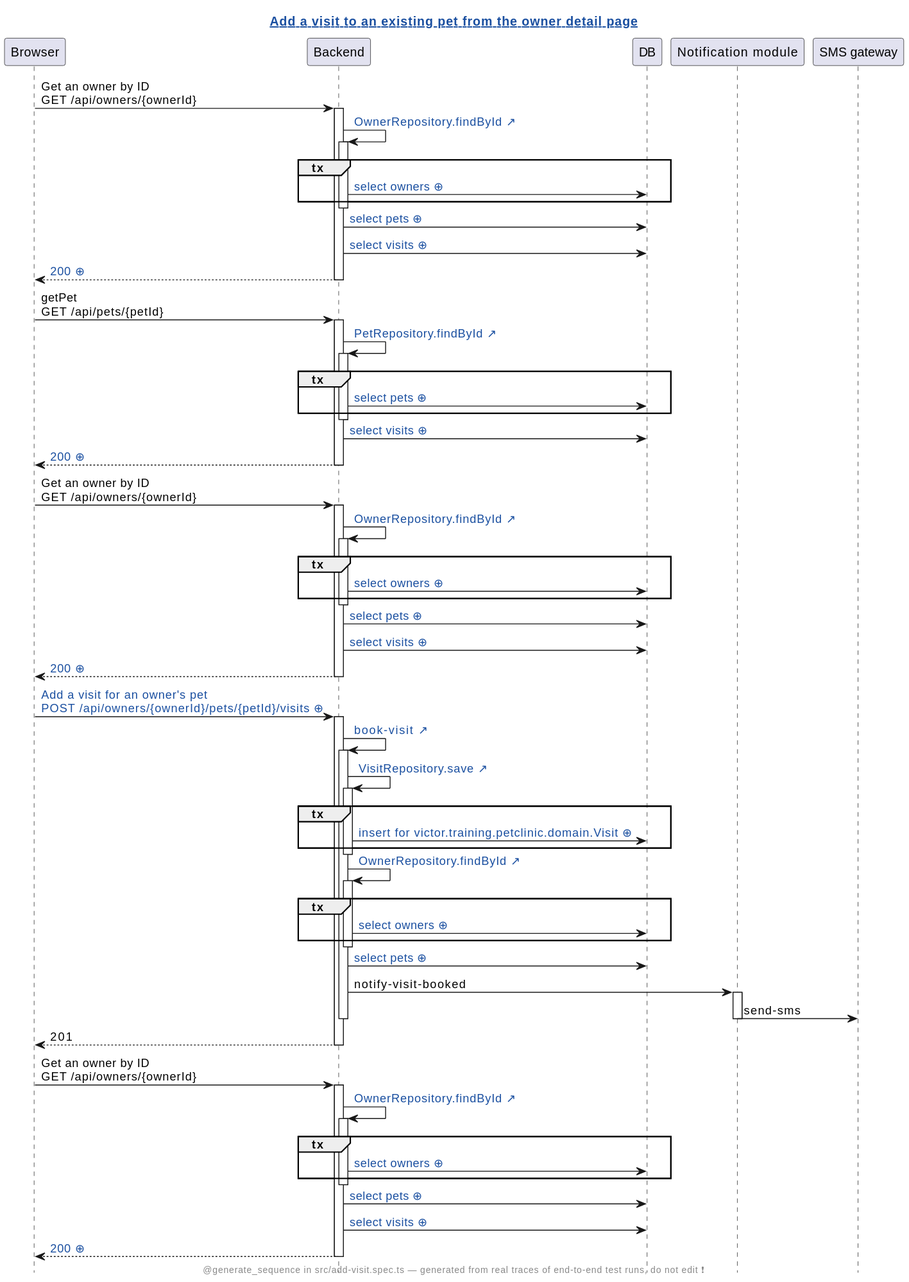
The PlantUML diagram demo/petclinic-pr/assets/diagrams/petclinic-test_generated_add-visit.spec.ts.add-a-visit-to-an-existing-pet-from-the-owner-detail-page.genseq.old.svg in victorrentea/human-review, before a commit. The source it was exported from:
```plantuml
@startuml
hide footbox
skinparam hyperlinkUnderline false
skinparam hyperlinkColor #1A4FA0
title [[src://petclinic-test/src/add-visit.spec.ts:31{Click to open the test} Add a visit to an existing pet from the owner detail page]]
footer @generate_sequence in src/add-visit.spec.ts — generated from real traces of end-to-end test runs, do not edit ❗
participant Browser
participant Backend
participant DB
participant "Notification module"
participant "SMS gateway"
Browser -> Backend: Get an owner by ID\nGET /api/owners/{ownerId}
activate Backend
Backend -> Backend: [[src://petclinic-backend/src/main/java/victor/training/petclinic/repository/OwnerRepository.java:14{Click to open OwnerRepository.findById} OwnerRepository.findById ↗]]
activate Backend
group tx
Backend -> DB: [[genseq://0x8aana{Click for the statement behind this call} select owners ⊕]]
end
deactivate Backend
Backend -> DB: [[genseq://18567ho{Click for the statement behind this call} select pets ⊕]]
Backend -> DB: [[genseq://13apewa{Click for the statement behind this call} select visits ⊕]]
Backend --> Browser: [[genseq://0tvg3tn{Click for this call’s JSON body} 200 ⊕]]
deactivate Backend
Browser -> Backend: getPet\nGET /api/pets/{petId}
activate Backend
Backend -> Backend: [[src://petclinic-backend/src/main/java/victor/training/petclinic/repository/PetRepository.java:16{Click to open PetRepository.findById} PetRepository.findById ↗]]
activate Backend
group tx
Backend -> DB: [[genseq://0y7w2ps{Click for the statement behind this call} select pets ⊕]]
end
deactivate Backend
Backend -> DB: [[genseq://13apewa{Click for the statement behind this call} select visits ⊕]]
Backend --> Browser: [[genseq://0ts0dcp{Click for this call’s JSON body} 200 ⊕]]
deactivate Backend
Browser -> Backend: Get an owner by ID\nGET /api/owners/{ownerId}
activate Backend
Backend -> Backend: [[src://petclinic-backend/src/main/java/victor/training/petclinic/repository/OwnerRepository.java:14{Click to open OwnerRepository.findById} OwnerRepository.findById ↗]]
activate Backend
group tx
Backend -> DB: [[genseq://0x8aana{Click for the statement behind this call} select owners ⊕]]
end
deactivate Backend
Backend -> DB: [[genseq://18567ho{Click for the statement behind this call} select pets ⊕]]
Backend -> DB: [[genseq://13apewa{Click for the statement behind this call} select visits ⊕]]
Backend --> Browser: [[genseq://0tvg3tn{Click for this call’s JSON body} 200 ⊕]]
deactivate Backend
Browser -> Backend: [[genseq://0keywzn{Click for this call’s JSON body} Add a visit for an owner's pet\nPOST /api/owners/{ownerId}/pets/{petId}/visits ⊕]]
activate Backend
Backend -> Backend: [[src://petclinic-backend/src/main/java/victor/training/petclinic/rest/OwnerRestController.java:183{Click to open OwnerRestController.bookVisit} book-visit ↗]]
activate Backend
Backend -> Backend: [[src://petclinic-backend/src/main/java/victor/training/petclinic/repository/VisitRepository.java:14{Click to open VisitRepository.save} VisitRepository.save ↗]]
activate Backend
group tx
Backend -> DB: [[genseq://0tmot92{Click for the statement behind this call} insert for victor.training.petclinic.domain.Visit ⊕]]
end
deactivate Backend
Backend -> Backend: [[src://petclinic-backend/src/main/java/victor/training/petclinic/repository/OwnerRepository.java:14{Click to open OwnerRepository.findById} OwnerRepository.findById ↗]]
activate Backend
group tx
Backend -> DB: [[genseq://0x8aana{Click for the statement behind this call} select owners ⊕]]
end
deactivate Backend
Backend -> DB: [[genseq://18567ho{Click for the statement behind this call} select pets ⊕]]
Backend -> "Notification module": notify-visit-booked
activate "Notification module"
"Notification module" -> "SMS gateway": send-sms
deactivate "Notification module"
deactivate Backend
Backend --> Browser: 201
deactivate Backend
Browser -> Backend: Get an owner by ID\nGET /api/owners/{ownerId}
activate Backend
Backend -> Backend: [[src://petclinic-backend/src/main/java/victor/training/petclinic/repository/OwnerRepository.java:14{Click to open OwnerRepository.findById} OwnerRepository.findById ↗]]
activate Backend
group tx
Backend -> DB: [[genseq://0x8aana{Click for the statement behind this call} select owners ⊕]]
end
deactivate Backend
Backend -> DB: [[genseq://18567ho{Click for the statement behind this call} select pets ⊕]]
Backend -> DB: [[genseq://13apewa{Click for the statement behind this call} select visits ⊕]]
Backend --> Browser: [[genseq://0a11t7h{Click for this call’s JSON body} 200 ⊕]]
deactivate Backend
@enduml
```
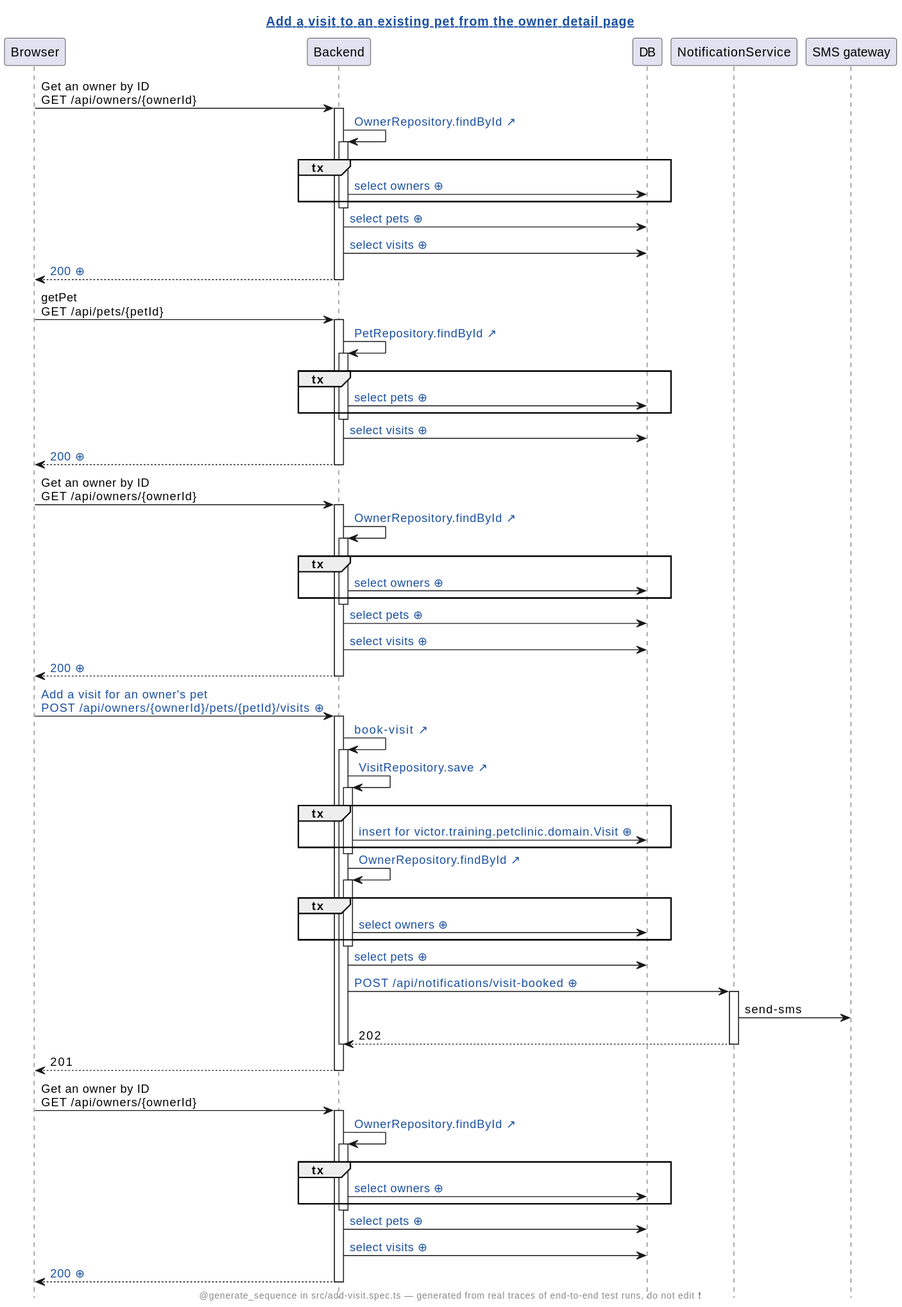
The same file after the commit.

Diff of the diagram source:
```diff
@@ -7,7 +7,7 @@
 participant Browser
 participant Backend
 participant DB
-participant "Notification module"
+participant NotificationService
 participant "SMS gateway"
 Browser -> Backend: Get an owner by ID\nGET /api/owners/{ownerId}
 activate Backend
@@ -44,14 +44,14 @@
 Backend -> DB: [[genseq://13apewa{Click for the statement behind this call} select visits ⊕]]
 Backend --> Browser: [[genseq://0tvg3tn{Click for this call’s JSON body} 200 ⊕]]
 deactivate Backend
-Browser -> Backend: [[genseq://0keywzn{Click for this call’s JSON body} Add a visit for an owner's pet\nPOST /api/owners/{ownerId}/pets/{petId}/visits ⊕]]
+Browser -> Backend: [[genseq://1rplfja{Click for this call’s JSON body} Add a visit for an owner's pet\nPOST /api/owners/{ownerId}/pets/{petId}/visits ⊕]]
 activate Backend
 Backend -> Backend: [[src://petclinic-backend/src/main/java/victor/training/petclinic/rest/OwnerRestController.java:183{Click to open OwnerRestController.bookVisit} book-visit ↗]]
 activate Backend
 Backend -> Backend: [[src://petclinic-backend/src/main/java/victor/training/petclinic/repository/VisitRepository.java:14{Click to open VisitRepository.save} VisitRepository.save ↗]]
 activate Backend
 group tx
-Backend -> DB: [[genseq://0tmot92{Click for the statement behind this call} insert for victor.training.petclinic.domain.Visit ⊕]]
+Backend -> DB: [[genseq://08slxsl{Click for the statement behind this call} insert for victor.training.petclinic.domain.Visit ⊕]]
 end
 deactivate Backend
 Backend -> Backend: [[src://petclinic-backend/src/main/java/victor/training/petclinic/repository/OwnerRepository.java:14{Click to open OwnerRepository.findById} OwnerRepository.findById ↗]]
@@ -61,10 +61,11 @@
 end
 deactivate Backend
 Backend -> DB: [[genseq://18567ho{Click for the statement behind this call} select pets ⊕]]
-Backend -> "Notification module": notify-visit-booked
-activate "Notification module"
-"Notification module" -> "SMS gateway": send-sms
-deactivate "Notification module"
+Backend -> NotificationService: [[genseq://1cfd0z0{Click for this call’s JSON body} POST /api/notifications/visit-booked ⊕]]
+activate NotificationService
+NotificationService -> "SMS gateway": send-sms
+NotificationService --> Backend: 202
+deactivate NotificationService
 deactivate Backend
 Backend --> Browser: 201
 deactivate Backend
@@ -78,6 +79,6 @@
 deactivate Backend
 Backend -> DB: [[genseq://18567ho{Click for the statement behind this call} select pets ⊕]]
 Backend -> DB: [[genseq://13apewa{Click for the statement behind this call} select visits ⊕]]
-Backend --> Browser: [[genseq://0a11t7h{Click for this call’s JSON body} 200 ⊕]]
+Backend --> Browser: [[genseq://0n7uddy{Click for this call’s JSON body} 200 ⊕]]
 deactivate Backend
 @enduml
```
